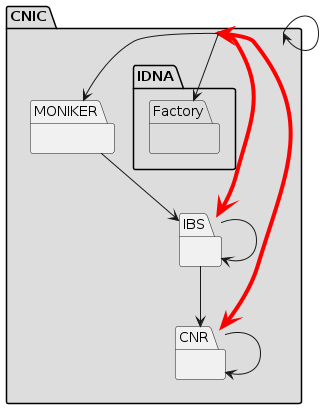
Before: docs/uml_diagram/package-related-diagram.png, a diagram exported from PlantUML (centralnicgroup-opensource/rtldev-middleware-php-sdk).
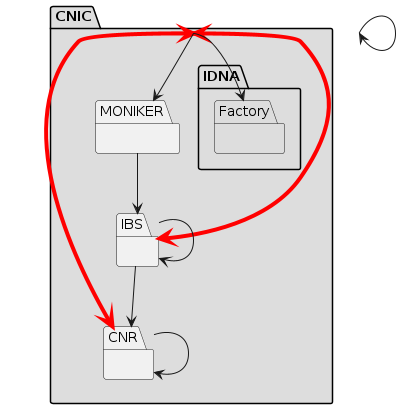
The same diagram one commit later.

What changed in the source:
```diff
@@ -1,10 +1,10 @@
 @startuml package-related-diagram
   package CNIC as CNIC {
+    package CNR {
+    }
     package MONIKER {
     }
     package IBS {
-    }
-    package CNR {
     }
   }
   package CNIC #DDDDDD {
@@ -18,8 +18,8 @@
   CNIC --> MONIKER
   CNIC --> CNIC
   CNIC --> Factory
+  CNR --> CNR
   MONIKER --> IBS
+  IBS --> IBS
   IBS --> CNR
-  IBS --> IBS
-  CNR --> CNR
 @enduml
```
